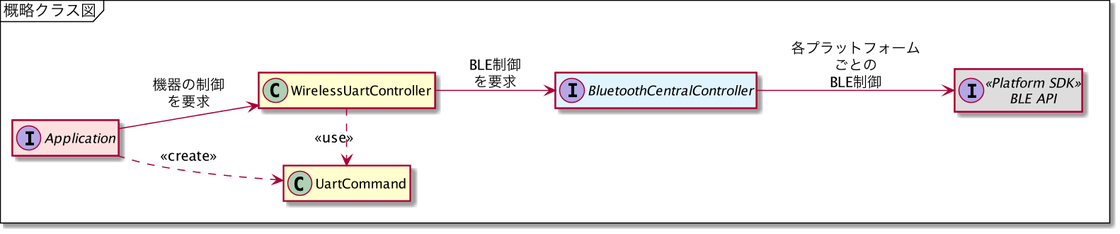
Above: out/plantuml/classes_introduction_summary.png in musen-connect-inc/linble-sample-wireless-uart (PlantUML), before the change. Source of this version:
```plantuml
@startuml classes_introduction_summary
skinparamlocked dpi 150

mainframe 概略クラス図

left to right direction

hide empty field
hide empty method

interface Application #ffe0e0

class WirelessUartController #fefece {
}

interface BluetoothCentralController #e0f4ff {
}

interface "BLE API" as BLEAPI <<Platform SDK>>  #dddddd {
}

Application --> WirelessUartController: 機器の制御\nを要求
Application .r.> UartCommand: <<create>>
WirelessUartController --> BluetoothCentralController: BLE制御\nを要求
BluetoothCentralController --> BLEAPI: 各プラットフォーム\nごとの\nBLE制御

WirelessUartController .r.> UartCommand: <<use>>

@enduml
```
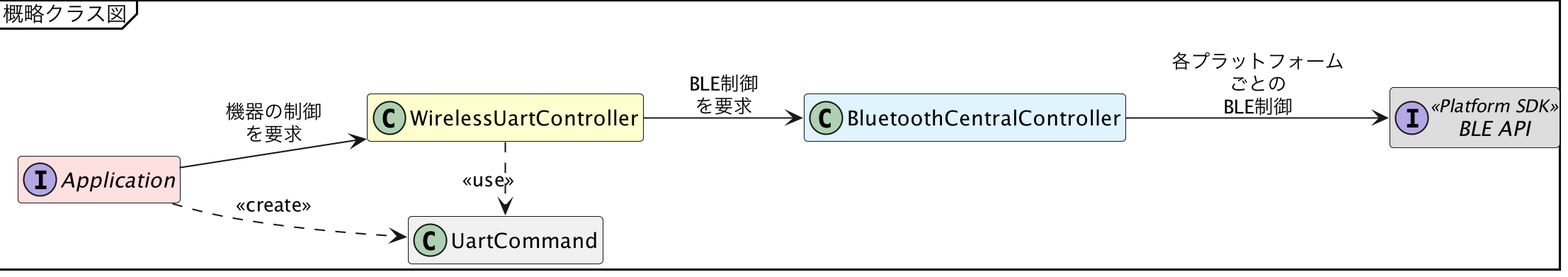
Later version of the same file.

Change to the diagram source:
```diff
@@ -1,5 +1,5 @@
 @startuml classes_introduction_summary
-skinparamlocked dpi 150
+skinparamlocked dpi 200
 
 mainframe 概略クラス図
 
@@ -13,7 +13,7 @@
 class WirelessUartController #fefece {
 }
 
-interface BluetoothCentralController #e0f4ff {
+class BluetoothCentralController #e0f4ff {
 }
 
 interface "BLE API" as BLEAPI <<Platform SDK>>  #dddddd {
```
